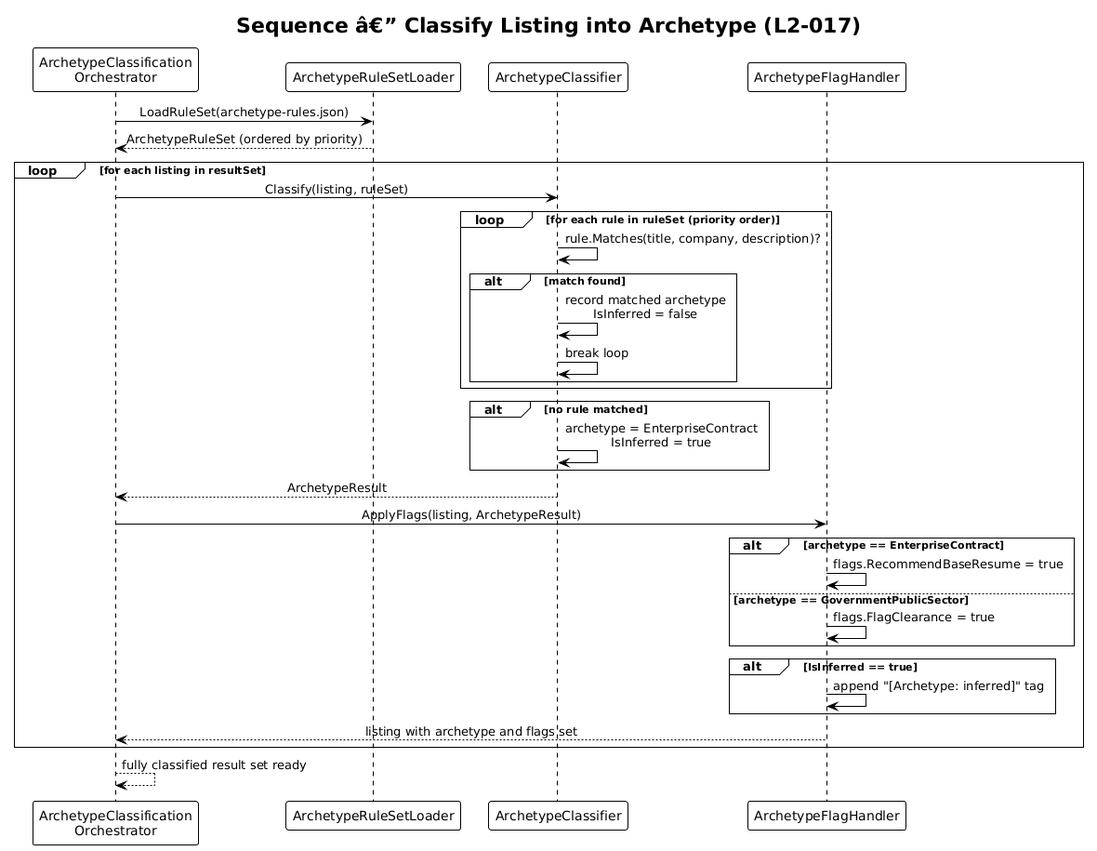
QuinntyneBrown/Orbit keeps this PlantUML diagram as docs/detailed-designs/08-role-archetype-classification/diagrams/sequence_classify_listing.png. Above is the earlier version. Source of this version:
```plantuml
@startuml
!theme plain
skinparam sequenceMessageAlign center

title Sequence â€” Classify Listing into Archetype (L2-017)

participant "ArchetypeClassification\nOrchestrator" as Orch
participant "ArchetypeRuleSetLoader" as Loader
participant "ArchetypeClassifier" as Classifier
participant "ArchetypeFlagHandler" as Flags

Orch -> Loader : LoadRuleSet(archetype-rules.json)
Loader --> Orch : ArchetypeRuleSet (ordered by priority)

loop for each listing in resultSet
    Orch -> Classifier : Classify(listing, ruleSet)
    loop for each rule in ruleSet (priority order)
        Classifier -> Classifier : rule.Matches(title, company, description)?
        alt match found
            Classifier -> Classifier : record matched archetype\nIsInferred = false
            Classifier -> Classifier : break loop
        end
    end
    alt no rule matched
        Classifier -> Classifier : archetype = EnterpriseContract\nIsInferred = true
    end
    Classifier --> Orch : ArchetypeResult
    Orch -> Flags : ApplyFlags(listing, ArchetypeResult)
    alt archetype == EnterpriseContract
        Flags -> Flags : flags.RecommendBaseResume = true
    else archetype == GovernmentPublicSector
        Flags -> Flags : flags.FlagClearance = true
    end
    alt IsInferred == true
        Flags -> Flags : append "[Archetype: inferred]" tag
    end
    Flags --> Orch : listing with archetype and flags set
end

Orch --> Orch : fully classified result set ready
@enduml
```
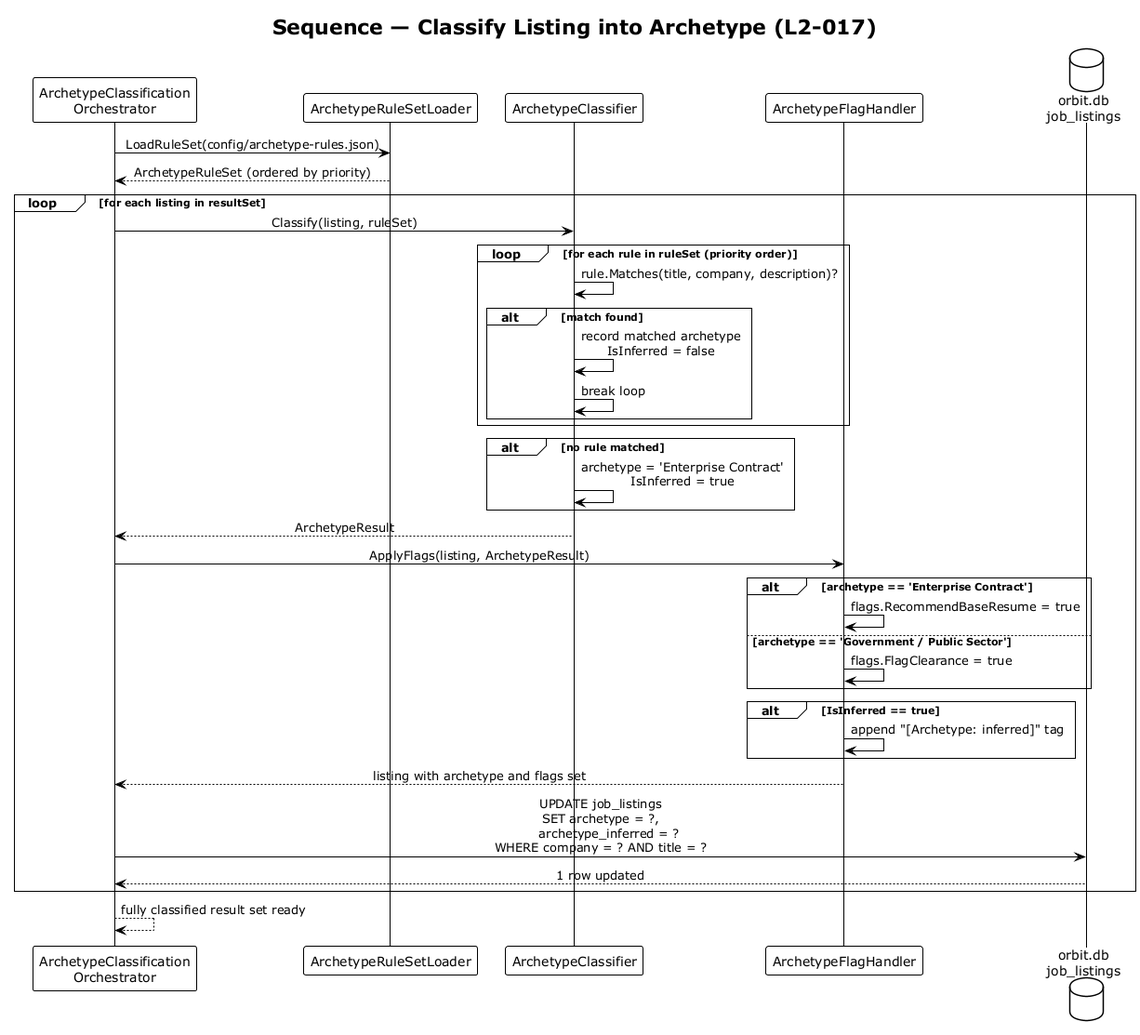
The same file after the commit.

Diff of the diagram source:
```diff
@@ -1,15 +1,16 @@
-@startuml
+@startuml sequence_classify_listing
 !theme plain
 skinparam sequenceMessageAlign center
 
-title Sequence â€” Classify Listing into Archetype (L2-017)
+title Sequence — Classify Listing into Archetype (L2-017)
 
 participant "ArchetypeClassification\nOrchestrator" as Orch
 participant "ArchetypeRuleSetLoader" as Loader
 participant "ArchetypeClassifier" as Classifier
 participant "ArchetypeFlagHandler" as Flags
+database "orbit.db\njob_listings" as DB
 
-Orch -> Loader : LoadRuleSet(archetype-rules.json)
+Orch -> Loader : LoadRuleSet(config/archetype-rules.json)
 Loader --> Orch : ArchetypeRuleSet (ordered by priority)
 
 loop for each listing in resultSet
@@ -22,20 +23,24 @@
         end
     end
     alt no rule matched
-        Classifier -> Classifier : archetype = EnterpriseContract\nIsInferred = true
+        Classifier -> Classifier : archetype = 'Enterprise Contract'\nIsInferred = true
     end
     Classifier --> Orch : ArchetypeResult
     Orch -> Flags : ApplyFlags(listing, ArchetypeResult)
-    alt archetype == EnterpriseContract
+    alt archetype == 'Enterprise Contract'
         Flags -> Flags : flags.RecommendBaseResume = true
-    else archetype == GovernmentPublicSector
+    else archetype == 'Government / Public Sector'
         Flags -> Flags : flags.FlagClearance = true
     end
     alt IsInferred == true
         Flags -> Flags : append "[Archetype: inferred]" tag
     end
     Flags --> Orch : listing with archetype and flags set
+
+    Orch -> DB : UPDATE job_listings\nSET archetype = ?,\n    archetype_inferred = ?\nWHERE company = ? AND title = ?
+    DB --> Orch : 1 row updated
 end
 
 Orch --> Orch : fully classified result set ready
+
 @enduml
```
